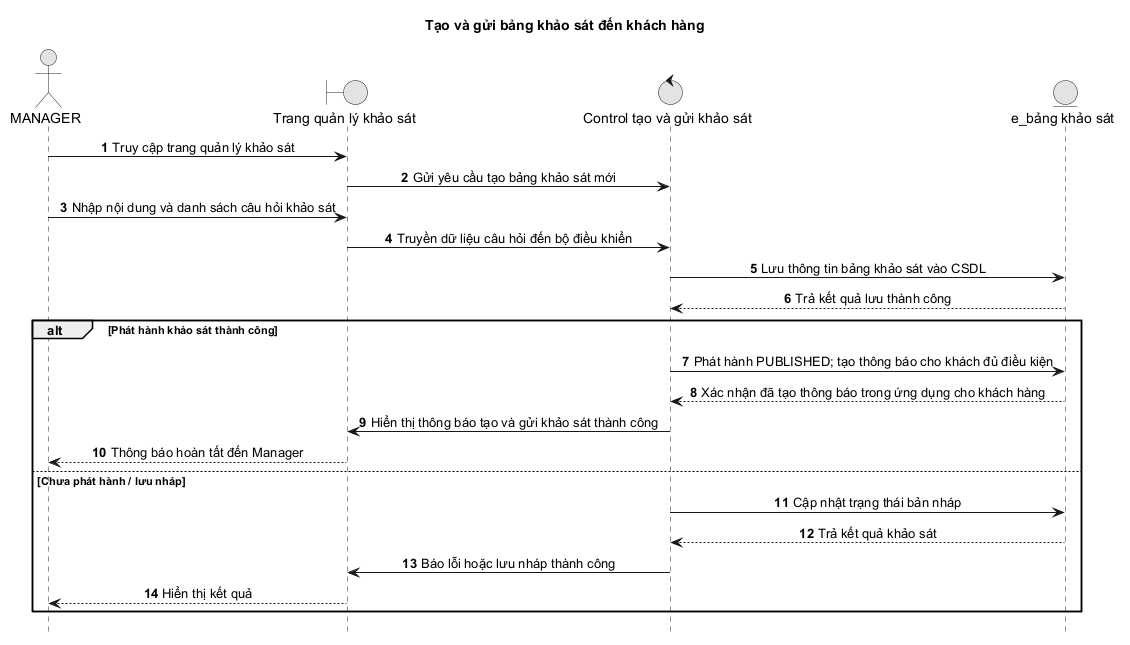
Above: docs/diagrams/sequence-new/admin/07-survey-create-send.png in duygri/do-an-htttdn-crm (PlantUML), before the change. Source of this version:
```plantuml
@startuml
title Tạo và gửi bảng khảo sát đến khách hàng

autonumber
hide footbox
skinparam monochrome true
skinparam sequenceMessageAlign center
skinparam responseMessageBelowArrow true
actor MANAGER as Manager
boundary "Trang quản lý khảo sát" as Boundary
control "Control tạo và gửi khảo sát" as Control
entity "e_bảng khảo sát" as Entity

Manager -> Boundary: Truy cập trang quản lý khảo sát
Boundary -> Control: Gửi yêu cầu tạo bảng khảo sát mới
Manager -> Boundary: Nhập nội dung và danh sách câu hỏi khảo sát
Boundary -> Control: Truyền dữ liệu câu hỏi đến bộ điều khiển
Control -> Entity: Lưu thông tin bảng khảo sát vào CSDL
Entity --> Control: Trả kết quả lưu thành công

alt Phát hành khảo sát thành công
  Control -> Entity: Phát hành PUBLISHED; tạo thông báo cho khách đủ điều kiện
  Entity --> Control: Xác nhận đã tạo thông báo trong ứng dụng cho khách hàng
  Control -> Boundary: Hiển thị thông báo tạo và gửi khảo sát thành công
  Boundary --> Manager: Thông báo hoàn tất đến Manager
else Chưa phát hành / lưu nháp
  Control -> Entity: Cập nhật trạng thái bản nháp
  Entity --> Control: Trả kết quả khảo sát
  Control -> Boundary: Báo lỗi hoặc lưu nháp thành công
  Boundary --> Manager: Hiển thị kết quả
end
@enduml
```
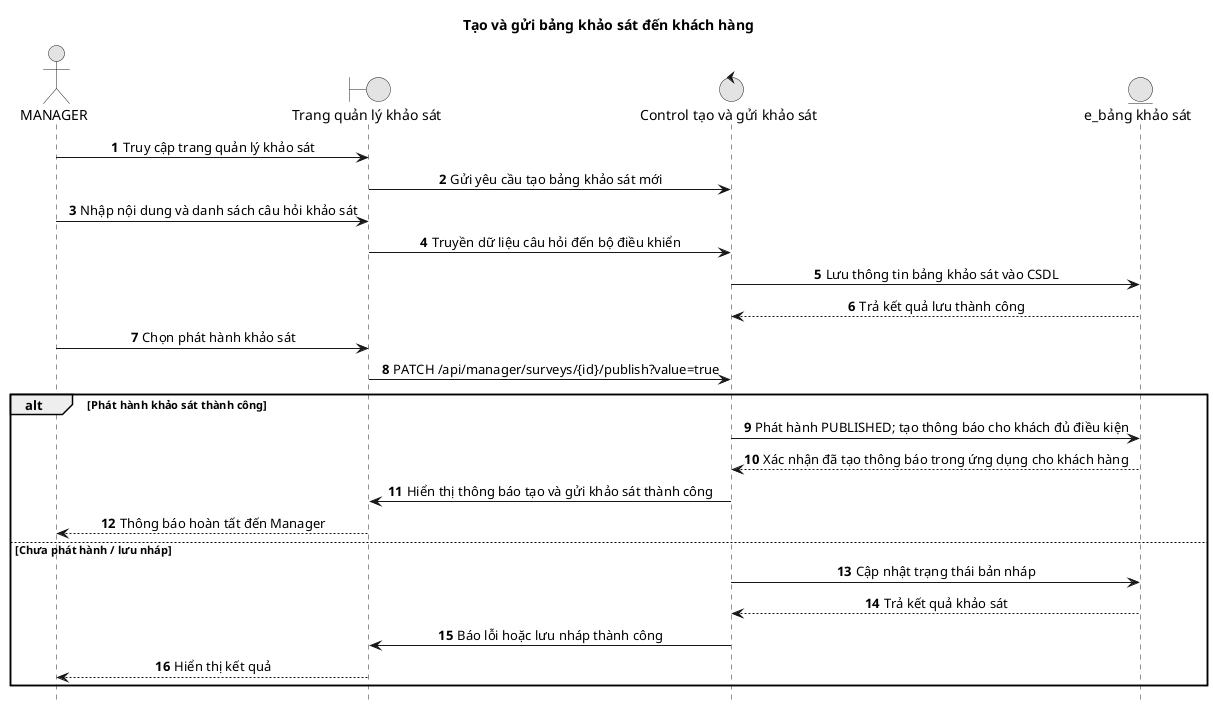
After the commit.

The edit, as a diff of the source:
```diff
@@ -18,6 +18,9 @@
 Control -> Entity: Lưu thông tin bảng khảo sát vào CSDL
 Entity --> Control: Trả kết quả lưu thành công
 
+Manager -> Boundary: Chọn phát hành khảo sát
+Boundary -> Control: PATCH /api/manager/surveys/{id}/publish?value=true
+
 alt Phát hành khảo sát thành công
   Control -> Entity: Phát hành PUBLISHED; tạo thông báo cho khách đủ điều kiện
   Entity --> Control: Xác nhận đã tạo thông báo trong ứng dụng cho khách hàng
```
